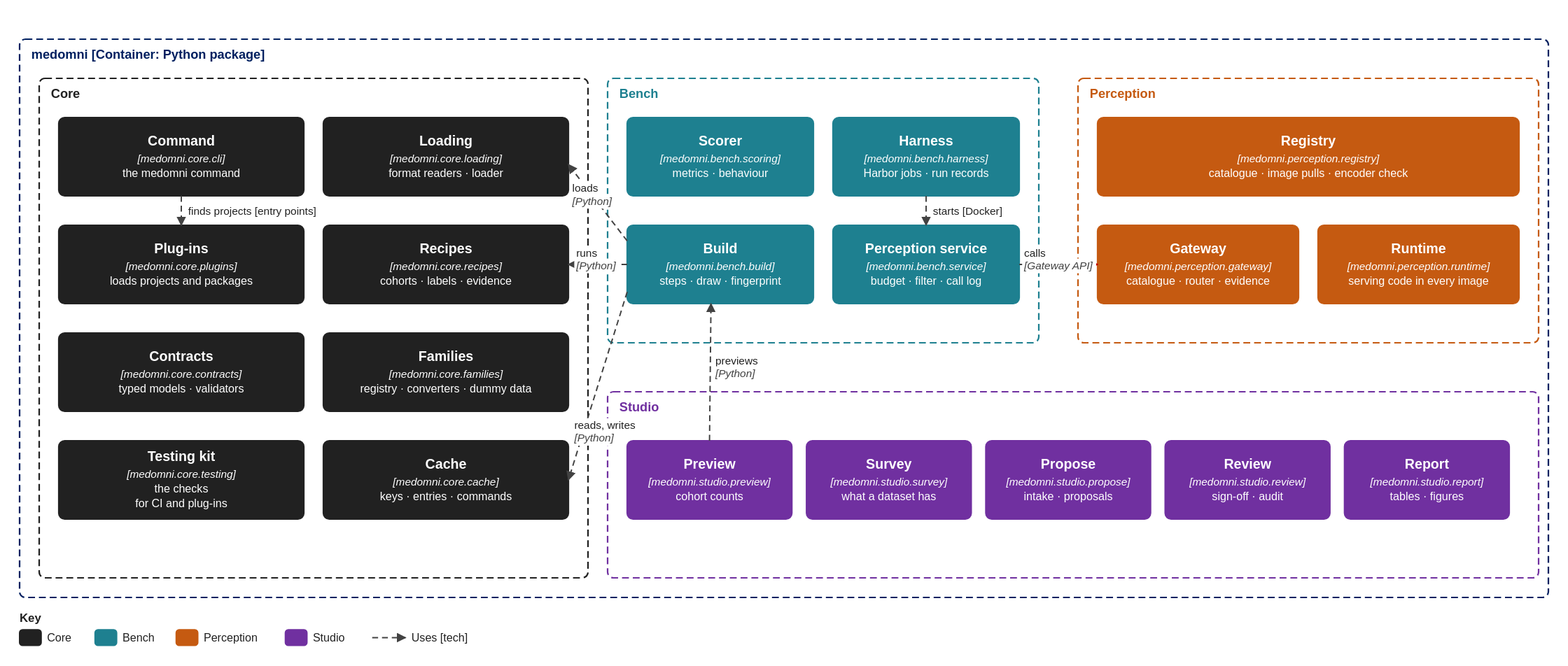
Before: docs/assets/c3-components.drawio.svg, a diagram exported from draw.io (medomni/MedOmni). Source tidied: cells renumbered, new cells last; positions are measured from the earlier drawing's top-left corner, leaving out a move shared by most shapes.
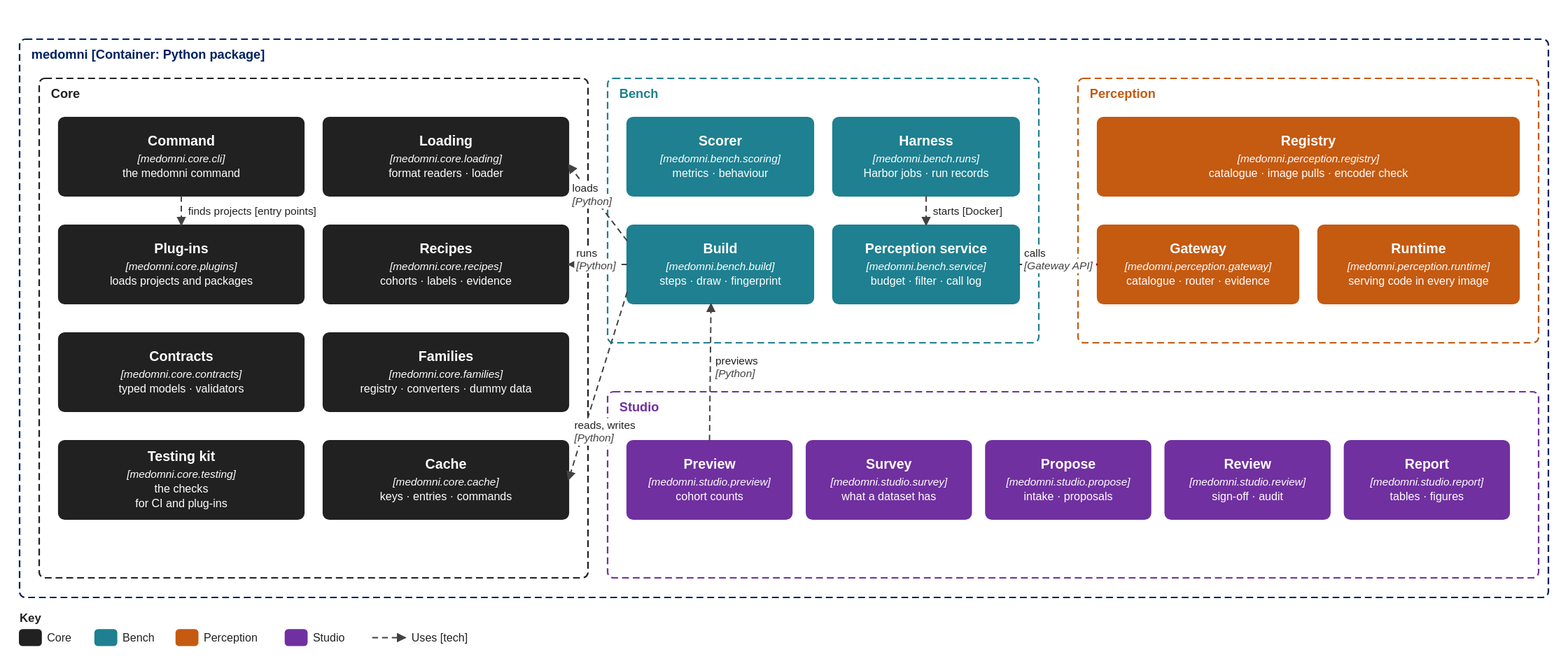
After the change.

Change to the diagram source:
```diff
@@ -44,7 +44,7 @@
     <mxCell id="15" value="&lt;b style='font-size:14px'&gt;Scorer&lt;/b&gt;&lt;br&gt;&lt;i style='font-size:11px'&gt;[medomni.bench.scoring]&lt;/i&gt;&lt;br&gt;metrics · behaviour" style="rounded=1;arcSize=6;whiteSpace=wrap;html=1;fillColor=#1E8090;strokeColor=#1E8090;strokeWidth=1.6;fontColor=#FFFFFF;fontSize=11.5;fontFamily=Helvetica, Arial, sans-serif;" parent="1" vertex="1">
       <mxGeometry x="620" y="80" width="190" height="80" as="geometry" />
     </mxCell>
-    <mxCell id="16" value="&lt;b style='font-size:14px'&gt;Harness&lt;/b&gt;&lt;br&gt;&lt;i style='font-size:11px'&gt;[medomni.bench.harness]&lt;/i&gt;&lt;br&gt;Harbor jobs · run records" style="rounded=1;arcSize=6;whiteSpace=wrap;html=1;fillColor=#1E8090;strokeColor=#1E8090;strokeWidth=1.6;fontColor=#FFFFFF;fontSize=11.5;fontFamily=Helvetica, Arial, sans-serif;" parent="1" vertex="1">
+    <mxCell id="16" value="&lt;b style='font-size:14px'&gt;Harness&lt;/b&gt;&lt;br&gt;&lt;i style='font-size:11px'&gt;[medomni.bench.runs]&lt;/i&gt;&lt;br&gt;Harbor jobs · run records" style="rounded=1;arcSize=6;whiteSpace=wrap;html=1;fillColor=#1E8090;strokeColor=#1E8090;strokeWidth=1.6;fontColor=#FFFFFF;fontSize=11.5;fontFamily=Helvetica, Arial, sans-serif;" parent="1" vertex="1">
       <mxGeometry x="830" y="80" width="190" height="80" as="geometry" />
     </mxCell>
     <mxCell id="17" value="&lt;b style='font-size:14px'&gt;Build&lt;/b&gt;&lt;br&gt;&lt;i style='font-size:11px'&gt;[medomni.bench.build]&lt;/i&gt;&lt;br&gt;steps · draw · fingerprint" style="rounded=1;arcSize=6;whiteSpace=wrap;html=1;fillColor=#1E8090;strokeColor=#1E8090;strokeWidth=1.6;fontColor=#FFFFFF;fontSize=11.5;fontFamily=Helvetica, Arial, sans-serif;" parent="1" vertex="1">
```
